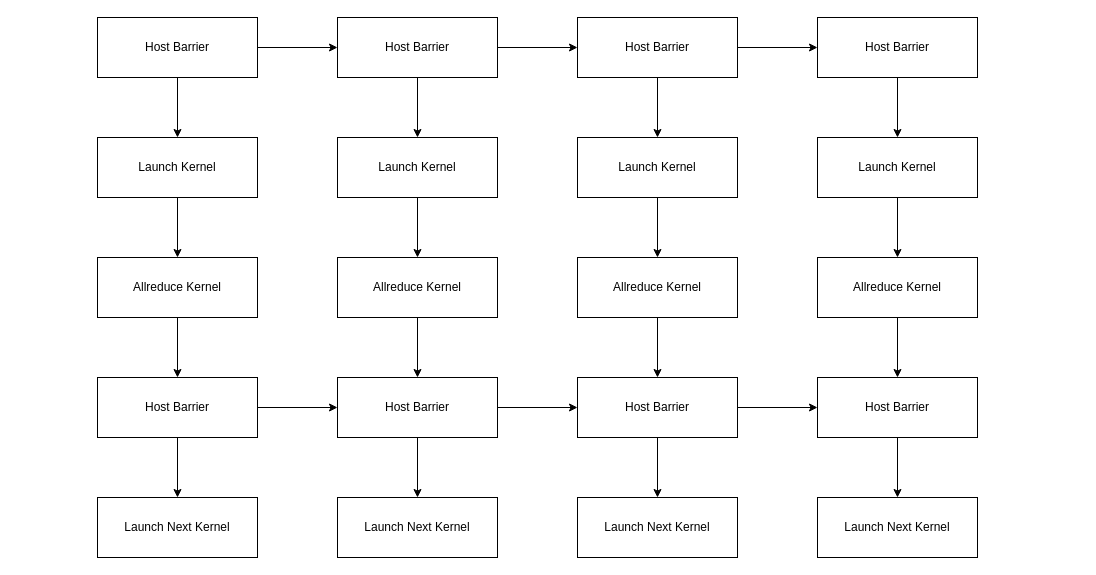
BEYHHH/SBLP keeps this draw.io diagram as Patent/CardAllreudceOnHost.drawio. Above is the earlier version. Source tidied: cells renumbered, new cells numbered last; positions are measured from the earlier drawing's top-left corner, leaving out a move shared by most shapes. Both pictures are drawn from the tidied source at 100%, with x=0, y=0 at pixel (97, 17).
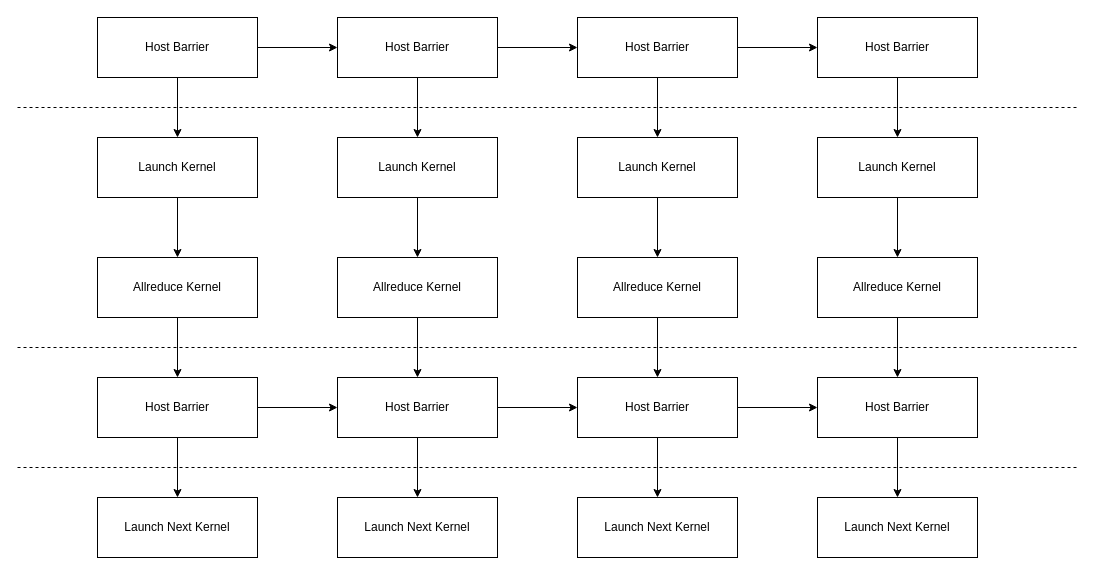
The same diagram, later.

Diff of the diagram source:
```diff
@@
+    <mxCell id="44" style="endArrow=none;dashed=1;html=1;rounded=0;" parent="1" edge="1">
+      <mxGeometry relative="1" as="geometry">
+        <mxPoint x="-80" y="90" as="sourcePoint" />
+        <mxPoint x="980" y="90" as="targetPoint" />
+      </mxGeometry>
+    </mxCell>
+    <mxCell id="45" style="endArrow=none;dashed=1;html=1;rounded=0;" parent="1" edge="1">
+      <mxGeometry relative="1" as="geometry">
+        <mxPoint x="-80" y="330" as="sourcePoint" />
+        <mxPoint x="980" y="330" as="targetPoint" />
+      </mxGeometry>
+    </mxCell>
+    <mxCell id="46" style="endArrow=none;dashed=1;html=1;rounded=0;" parent="1" edge="1">
+      <mxGeometry relative="1" as="geometry">
+        <mxPoint x="-80" y="450" as="sourcePoint" />
+        <mxPoint x="980" y="450" as="targetPoint" />
+      </mxGeometry>
+    </mxCell>
```
